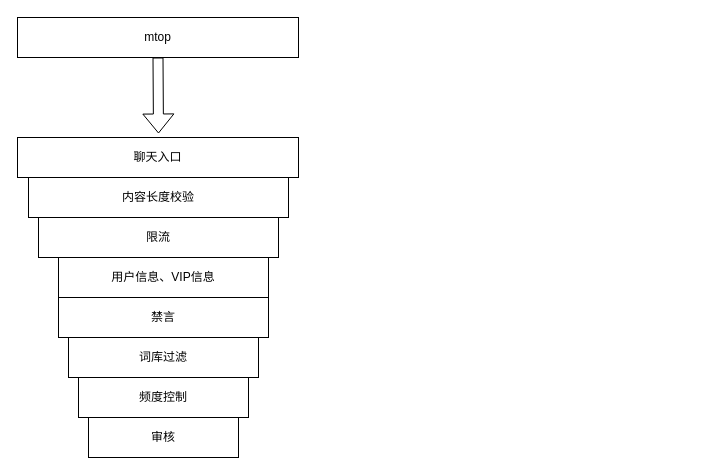
Above: chat.drawio in 839284824/MyBlog (draw.io), before the change. Source tidied: cells renumbered, new cells numbered last; positions are measured from the earlier drawing's top-left corner, leaving out a move shared by most shapes. Both pictures are drawn from the tidied source at 100%, with x=0, y=0 at pixel (17, 17).
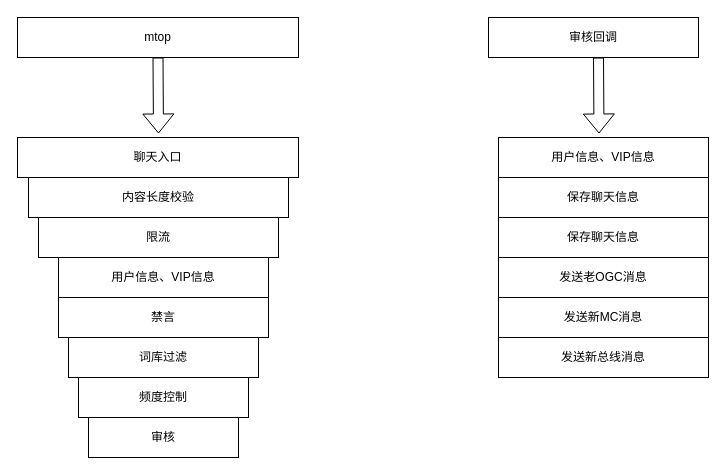
The same page after the edit.

Change to the diagram source:
```diff
@@
+    <mxCell id="12" value="审核回调" style="rounded=0;whiteSpace=wrap;html=1;" parent="1" vertex="1">
+      <mxGeometry x="471" width="210" height="40" as="geometry" />
+    </mxCell>
+    <mxCell id="13" value="用户信息、VIP信息" style="rounded=0;whiteSpace=wrap;html=1;" parent="1" vertex="1">
+      <mxGeometry x="481" y="120" width="210" height="40" as="geometry" />
+    </mxCell>
+    <mxCell id="14" value="保存聊天信息" style="rounded=0;whiteSpace=wrap;html=1;" parent="1" vertex="1">
+      <mxGeometry x="481" y="160" width="210" height="40" as="geometry" />
+    </mxCell>
+    <mxCell id="15" value="保存聊天信息" style="rounded=0;whiteSpace=wrap;html=1;" parent="1" vertex="1">
+      <mxGeometry x="481" y="200" width="210" height="40" as="geometry" />
+    </mxCell>
+    <mxCell id="16" value="发送老OGC消息" style="rounded=0;whiteSpace=wrap;html=1;" parent="1" vertex="1">
+      <mxGeometry x="481" y="240" width="210" height="40" as="geometry" />
+    </mxCell>
+    <mxCell id="17" value="发送新MC消息" style="rounded=0;whiteSpace=wrap;html=1;" parent="1" vertex="1">
+      <mxGeometry x="481" y="280" width="210" height="40" as="geometry" />
+    </mxCell>
+    <mxCell id="18" value="发送新总线消息" style="rounded=0;whiteSpace=wrap;html=1;" parent="1" vertex="1">
+      <mxGeometry x="481" y="320" width="210" height="40" as="geometry" />
+    </mxCell>
+    <mxCell id="19" style="shape=flexArrow;endArrow=classic;html=1;exitX=0.5;exitY=1;exitDx=0;exitDy=0;" parent="1" edge="1">
+      <mxGeometry relative="1" as="geometry">
+        <mxPoint x="581" y="40" as="sourcePoint" />
+        <mxPoint x="581.5" y="116" as="targetPoint" />
+      </mxGeometry>
+    </mxCell>
```
